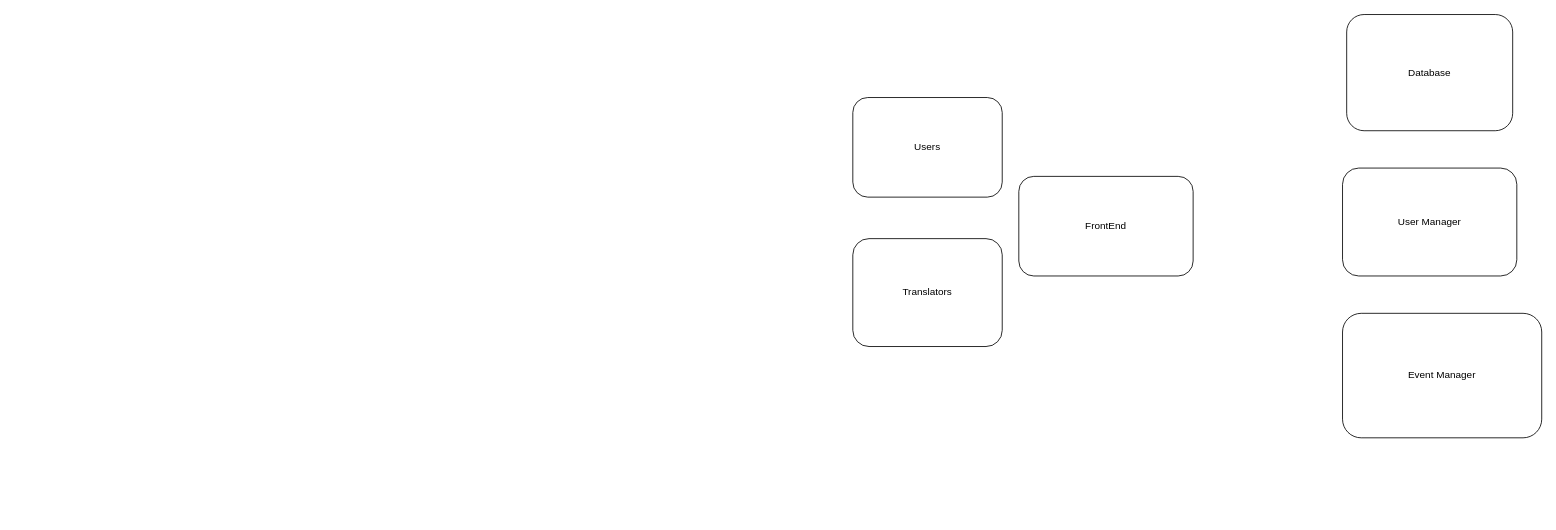
Above: Untitled Diagram.drawio in reiji77/System-Architecture-Diagram-Comp3900 (draw.io), before the change. Source tidied: cells renumbered, new cells numbered last; positions are measured from the earlier drawing's top-left corner, leaving out a move shared by most shapes. Both pictures are drawn from the tidied source at 83%, with x=0, y=0 at pixel (852, 14).
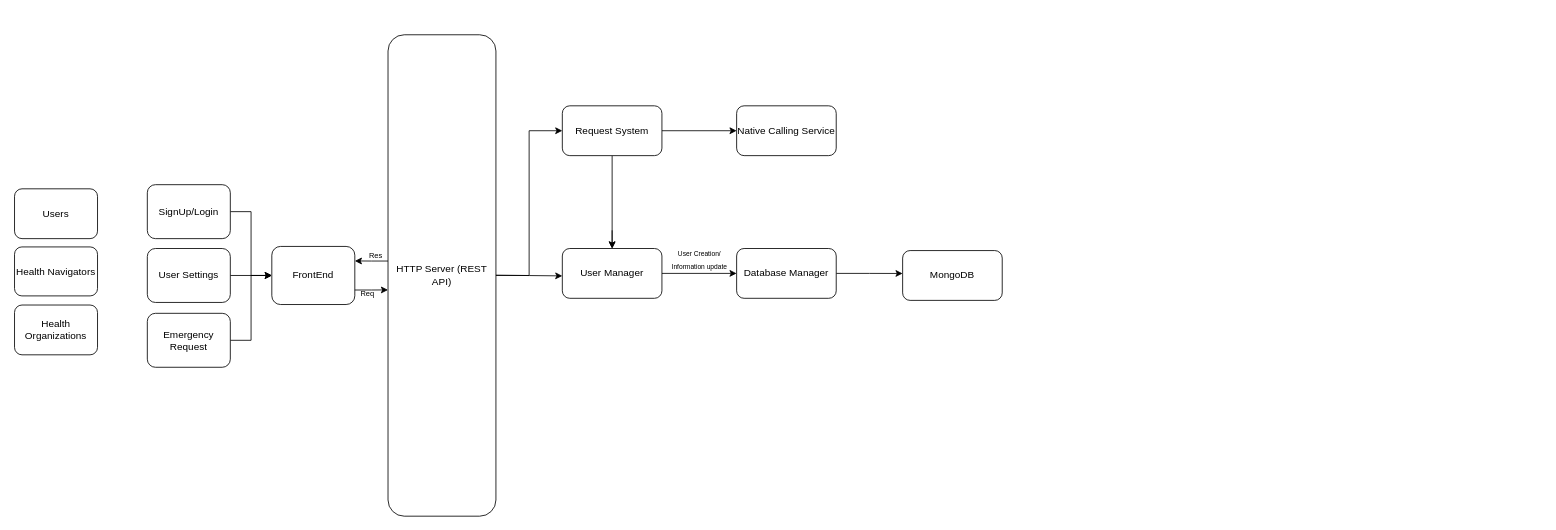
The same diagram, later.

Change to the diagram source:
```diff
@@
+    <mxCell id="4" value="FrontEnd" style="rounded=1;whiteSpace=wrap;html=1;" parent="1" vertex="1">
+      <mxGeometry x="-700" y="279.4" width="100" height="70" as="geometry" />
+    </mxCell>
     <mxCell id="2" value="Users" style="rounded=1;whiteSpace=wrap;html=1;" parent="1" vertex="1">
-      <mxGeometry y="100" width="180" height="120" as="geometry" />
+      <mxGeometry x="-1010" y="210" width="100" height="60" as="geometry" />
     </mxCell>
-    <mxCell id="3" value="Translators" style="rounded=1;whiteSpace=wrap;html=1;" parent="1" vertex="1">
-      <mxGeometry y="270" width="180" height="130" as="geometry" />
-    </mxCell>
-    <mxCell id="4" value="FrontEnd" style="rounded=1;whiteSpace=wrap;html=1;" parent="1" vertex="1">
-      <mxGeometry x="200" y="195" width="210" height="120" as="geometry" />
-    </mxCell>
+    <mxCell id="8" value="Health Navigators" style="rounded=1;whiteSpace=wrap;html=1;" parent="1" vertex="1">
+      <mxGeometry x="-1010" y="280" width="100" height="59" as="geometry" />
+    </mxCell>
+    <mxCell id="9" value="Health Organizations" style="rounded=1;whiteSpace=wrap;html=1;" parent="1" vertex="1">
+      <mxGeometry x="-1010" y="350" width="100" height="60" as="geometry" />
+    </mxCell>
+    <mxCell id="10" style="edgeStyle=orthogonalEdgeStyle;rounded=0;jettySize=auto;html=1;exitX=1;exitY=0.5;exitDx=0;exitDy=0;entryX=0;entryY=0.5;entryDx=0;entryDy=0;" parent="1" edge="1" source="11" target="4">
+      <mxGeometry relative="1" as="geometry" />
+    </mxCell>
+    <mxCell id="11" value="SignUp/Login" style="rounded=1;whiteSpace=wrap;html=1;" parent="1" vertex="1">
+      <mxGeometry x="-850" y="205" width="100" height="65" as="geometry" />
+    </mxCell>
+    <mxCell id="12" style="edgeStyle=orthogonalEdgeStyle;rounded=0;jettySize=auto;html=1;exitX=1;exitY=0.5;exitDx=0;exitDy=0;entryX=0;entryY=0.5;entryDx=0;entryDy=0;" parent="1" edge="1" source="13" target="4">
+      <mxGeometry relative="1" as="geometry" />
+    </mxCell>
+    <mxCell id="13" value="User&amp;nbsp;Settings" style="rounded=1;whiteSpace=wrap;html=1;" parent="1" vertex="1">
+      <mxGeometry x="-850" y="281.9" width="100" height="65" as="geometry" />
+    </mxCell>
+    <mxCell id="14" style="edgeStyle=orthogonalEdgeStyle;rounded=0;jettySize=auto;html=1;exitX=1;exitY=0.5;exitDx=0;exitDy=0;entryX=0;entryY=0.5;entryDx=0;entryDy=0;" parent="1" edge="1" source="15" target="4">
+      <mxGeometry relative="1" as="geometry" />
+    </mxCell>
+    <mxCell id="15" value="Emergency Request" style="rounded=1;whiteSpace=wrap;html=1;" parent="1" vertex="1">
+      <mxGeometry x="-850" y="360" width="100" height="65" as="geometry" />
+    </mxCell>
+    <mxCell id="16" style="edgeStyle=orthogonalEdgeStyle;rounded=0;jettySize=auto;html=1;exitX=1;exitY=0.5;exitDx=0;exitDy=0;entryX=0;entryY=0.5;entryDx=0;entryDy=0;" parent="1" edge="1" source="17" target="25">
+      <mxGeometry relative="1" as="geometry" />
+    </mxCell>
+    <mxCell id="17" value="HTTP Server (REST API)" style="rounded=1;whiteSpace=wrap;html=1;" parent="1" vertex="1">
+      <mxGeometry x="-560" y="24.4" width="130" height="580" as="geometry" />
+    </mxCell>
+    <mxCell id="18" style="edgeStyle=orthogonalEdgeStyle;rounded=0;jettySize=auto;html=1;exitX=1;exitY=0.75;exitDx=0;exitDy=0;entryX=0;entryY=0.53;entryDx=0;entryDy=0;entryPerimeter=0;" parent="1" edge="1" source="4" target="17">
+      <mxGeometry relative="1" as="geometry" />
+    </mxCell>
+    <mxCell id="19" style="edgeStyle=orthogonalEdgeStyle;rounded=0;jettySize=auto;html=1;exitX=0;exitY=0.47;exitDx=0;exitDy=0;entryX=1;entryY=0.25;entryDx=0;entryDy=0;exitPerimeter=0;" parent="1" edge="1" source="17" target="4">
+      <mxGeometry relative="1" as="geometry" />
+    </mxCell>
+    <mxCell id="20" value="&lt;font style=&quot;font-size: 9px;&quot;&gt;Req&lt;/font&gt;" style="text;html=1;align=center;verticalAlign=middle;strokeColor=none;fillColor=none;" parent="1" vertex="1">
+      <mxGeometry x="-605" y="321" width="40" height="30" as="geometry" />
+    </mxCell>
+    <mxCell id="21" value="&lt;font style=&quot;font-size: 9px;&quot;&gt;Res&lt;/font&gt;" style="text;html=1;align=center;verticalAlign=middle;strokeColor=none;fillColor=none;" parent="1" vertex="1">
+      <mxGeometry x="-595" y="275" width="40" height="30" as="geometry" />
+    </mxCell>
+    <mxCell id="22" style="edgeStyle=orthogonalEdgeStyle;rounded=0;jettySize=auto;html=1;exitX=1;exitY=0.5;exitDx=0;exitDy=0;entryX=0;entryY=0.5;entryDx=0;entryDy=0;" parent="1" edge="1" source="5" target="28">
+      <mxGeometry relative="1" as="geometry" />
+    </mxCell>
     <mxCell id="5" value="User Manager" style="rounded=1;whiteSpace=wrap;html=1;" parent="1" vertex="1">
-      <mxGeometry x="590" y="185" width="210" height="130" as="geometry" />
+      <mxGeometry x="-350" y="281.9" width="120" height="60" as="geometry" />
     </mxCell>
-    <mxCell id="6" value="Event Manager" style="rounded=1;whiteSpace=wrap;html=1;" parent="1" vertex="1">
-      <mxGeometry x="590" y="360" width="240" height="150" as="geometry" />
-    </mxCell>
-    <mxCell id="7" value="Database" style="rounded=1;whiteSpace=wrap;html=1;" parent="1" vertex="1">
-      <mxGeometry x="595" width="200" height="140" as="geometry" />
-    </mxCell>
+    <mxCell id="23" style="edgeStyle=orthogonalEdgeStyle;rounded=0;jettySize=auto;html=1;exitX=1;exitY=0.5;exitDx=0;exitDy=0;entryX=0;entryY=0.5;entryDx=0;entryDy=0;" parent="1" edge="1" source="25" target="26">
+      <mxGeometry relative="1" as="geometry" />
+    </mxCell>
+    <mxCell id="24" style="edgeStyle=orthogonalEdgeStyle;rounded=0;jettySize=auto;html=1;exitX=0.5;exitY=1;exitDx=0;exitDy=0;entryX=0.5;entryY=0;entryDx=0;entryDy=0;" parent="1" edge="1" source="25" target="5">
+      <mxGeometry relative="1" as="geometry" />
+    </mxCell>
+    <mxCell id="25" value="Request System" style="rounded=1;whiteSpace=wrap;html=1;" parent="1" vertex="1">
+      <mxGeometry x="-350" y="110" width="120" height="60" as="geometry" />
+    </mxCell>
+    <mxCell id="26" value="Native Calling Service" style="rounded=1;whiteSpace=wrap;html=1;" parent="1" vertex="1">
+      <mxGeometry x="-140" y="110" width="120" height="60" as="geometry" />
+    </mxCell>
+    <mxCell id="27" style="edgeStyle=orthogonalEdgeStyle;rounded=0;jettySize=auto;html=1;exitX=1;exitY=0.5;exitDx=0;exitDy=0;" parent="1" edge="1" source="28">
+      <mxGeometry relative="1" as="geometry">
+        <mxPoint x="60" y="312" as="targetPoint" />
+      </mxGeometry>
+    </mxCell>
+    <mxCell id="28" value="Database Manager" style="rounded=1;whiteSpace=wrap;html=1;" parent="1" vertex="1">
+      <mxGeometry x="-140" y="281.9" width="120" height="60" as="geometry" />
+    </mxCell>
+    <mxCell id="29" style="edgeStyle=orthogonalEdgeStyle;rounded=0;orthogonalLoop=1;jettySize=auto;html=1;exitX=1;exitY=0.5;exitDx=0;exitDy=0;entryX=0;entryY=0.557;entryDx=0;entryDy=0;entryPerimeter=0;" parent="1" edge="1">
+      <mxGeometry relative="1" as="geometry">
+        <mxPoint x="-430" y="314" as="sourcePoint" />
+        <mxPoint x="-350" y="314.9" as="targetPoint" />
+      </mxGeometry>
+    </mxCell>
+    <mxCell id="30" style="edgeStyle=orthogonalEdgeStyle;rounded=0;jettySize=auto;html=1;exitX=0.5;exitY=1;exitDx=0;exitDy=0;entryX=0.5;entryY=0;entryDx=0;entryDy=0;" parent="1" edge="1" target="5">
+      <mxGeometry relative="1" as="geometry">
+        <mxPoint x="-290" y="260" as="sourcePoint" />
+      </mxGeometry>
+    </mxCell>
+    <mxCell id="31" value="MongoDB" style="rounded=1;whiteSpace=wrap;html=1;" parent="1" vertex="1">
+      <mxGeometry x="60" y="284.4" width="120" height="60" as="geometry" />
+    </mxCell>
+    <mxCell id="32" value="&lt;font style=&quot;font-size: 8px;&quot;&gt;User Creation/&lt;/font&gt;&lt;div&gt;&lt;font style=&quot;font-size: 8px;&quot;&gt;Information update&lt;/font&gt;&lt;/div&gt;" style="text;html=1;align=center;verticalAlign=middle;strokeColor=none;fillColor=none;" parent="1" vertex="1">
+      <mxGeometry x="-230" y="275" width="90" height="40" as="geometry" />
+    </mxCell>
```
